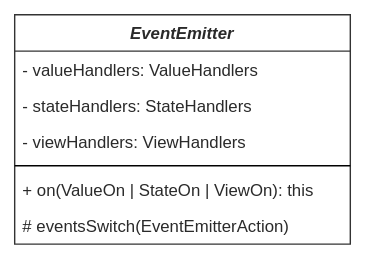
Before: class-diagram.drawio.svg, a diagram exported from draw.io (riskoviv/slider). Source tidied: cells renumbered, new cells last; positions are measured from the earlier drawing's top-left corner, leaving out a move shared by most shapes.
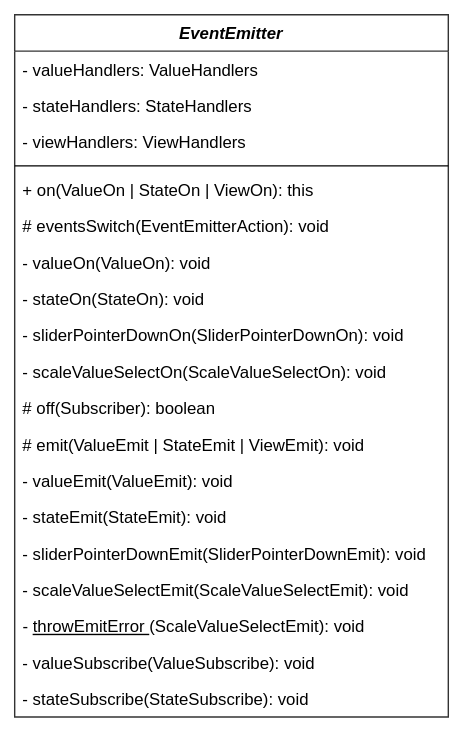
After the change.

Commit message:
diagram: finish EventEmitter

Change to the diagram source:
```diff
@@ -2,26 +2,65 @@
   <root>
     <mxCell id="0" />
     <mxCell id="1" parent="0" />
-    <mxCell id="2" value="EventEmitter" style="swimlane;fontStyle=3;align=center;verticalAlign=top;horizontal=1;startSize=26;rounded=0;shadow=0;sketch=0;fontColor=#2A2A2A;strokeColor=#333333;fillColor=#FFFFFF;" parent="1" vertex="1">
-      <mxGeometry width="240" height="164" as="geometry" />
+    <mxCell id="2" value="EventEmitter" style="swimlane;fontStyle=3;align=center;verticalAlign=top;horizontal=1;startSize=26;rounded=0;shadow=0;sketch=0;fontColor=#000000;strokeColor=#333333;fillColor=#FFFFFF;" parent="1" vertex="1">
+      <mxGeometry width="310" height="502" as="geometry" />
     </mxCell>
-    <mxCell id="3" value="- valueHandlers: ValueHandlers" style="text;strokeColor=none;fillColor=none;align=left;verticalAlign=top;spacingLeft=4;spacingRight=4;overflow=hidden;rounded=0;shadow=0;sketch=0;fontColor=#2A2A2A;" parent="2" vertex="1">
-      <mxGeometry y="26" width="240" height="26" as="geometry" />
+    <mxCell id="3" value="- valueHandlers: ValueHandlers" style="text;strokeColor=none;fillColor=none;align=left;verticalAlign=top;spacingLeft=4;spacingRight=4;overflow=hidden;rounded=0;shadow=0;sketch=0;fontColor=#000000;" parent="2" vertex="1">
+      <mxGeometry y="26" width="310" height="26" as="geometry" />
     </mxCell>
-    <mxCell id="4" value="- stateHandlers: StateHandlers" style="text;strokeColor=none;fillColor=none;align=left;verticalAlign=top;spacingLeft=4;spacingRight=4;overflow=hidden;rounded=0;shadow=0;sketch=0;fontColor=#2A2A2A;" parent="2" vertex="1">
-      <mxGeometry y="52" width="240" height="26" as="geometry" />
+    <mxCell id="4" value="- stateHandlers: StateHandlers" style="text;strokeColor=none;fillColor=none;align=left;verticalAlign=top;spacingLeft=4;spacingRight=4;overflow=hidden;rounded=0;shadow=0;sketch=0;fontColor=#000000;" parent="2" vertex="1">
+      <mxGeometry y="52" width="310" height="26" as="geometry" />
     </mxCell>
-    <mxCell id="5" value="- viewHandlers: ViewHandlers" style="text;strokeColor=none;fillColor=none;align=left;verticalAlign=top;spacingLeft=4;spacingRight=4;overflow=hidden;rounded=0;shadow=0;sketch=0;fontColor=#2A2A2A;" parent="2" vertex="1">
-      <mxGeometry y="78" width="240" height="26" as="geometry" />
+    <mxCell id="5" value="- viewHandlers: ViewHandlers" style="text;strokeColor=none;fillColor=none;align=left;verticalAlign=top;spacingLeft=4;spacingRight=4;overflow=hidden;rounded=0;shadow=0;sketch=0;fontColor=#000000;" parent="2" vertex="1">
+      <mxGeometry y="78" width="310" height="26" as="geometry" />
     </mxCell>
     <mxCell id="6" style="line;strokeWidth=1;fillColor=none;align=left;verticalAlign=middle;spacingTop=-1;spacingLeft=3;spacingRight=3;labelPosition=right;rounded=0;shadow=0;sketch=0;fontColor=#2A2A2A;strokeColor=#000000;" parent="2" vertex="1">
-      <mxGeometry y="104" width="240" height="8" as="geometry" />
+      <mxGeometry y="104" width="310" height="8" as="geometry" />
     </mxCell>
-    <mxCell id="7" value="+ on(ValueOn | StateOn | ViewOn): this" style="text;strokeColor=none;fillColor=none;align=left;verticalAlign=top;spacingLeft=4;spacingRight=4;overflow=hidden;rounded=0;shadow=0;sketch=0;fontColor=#2A2A2A;" parent="2" vertex="1">
-      <mxGeometry y="112" width="240" height="26" as="geometry" />
+    <mxCell id="7" value="+ on(ValueOn | StateOn | ViewOn): this" style="text;strokeColor=none;fillColor=none;align=left;verticalAlign=top;spacingLeft=4;spacingRight=4;overflow=hidden;rounded=0;shadow=0;sketch=0;fontColor=#000000;" parent="2" vertex="1">
+      <mxGeometry y="112" width="310" height="26" as="geometry" />
     </mxCell>
-    <mxCell id="8" value="# eventsSwitch(EventEmitterAction)" style="text;strokeColor=none;fillColor=none;align=left;verticalAlign=top;spacingLeft=4;spacingRight=4;overflow=hidden;rounded=0;shadow=0;sketch=0;fontColor=#2A2A2A;" parent="2" vertex="1">
-      <mxGeometry y="138" width="240" height="26" as="geometry" />
+    <mxCell id="8" value="# eventsSwitch(EventEmitterAction): void" style="text;strokeColor=none;fillColor=none;align=left;verticalAlign=top;spacingLeft=4;spacingRight=4;overflow=hidden;rounded=0;shadow=0;sketch=0;fontColor=#000000;" parent="2" vertex="1">
+      <mxGeometry y="138" width="310" height="26" as="geometry" />
     </mxCell>
+    <mxCell id="9" value="- valueOn(ValueOn): void" style="text;strokeColor=none;fillColor=none;align=left;verticalAlign=top;spacingLeft=4;spacingRight=4;overflow=hidden;rounded=0;shadow=0;sketch=0;fontColor=#000000;" parent="2" vertex="1">
+      <mxGeometry y="164" width="310" height="26" as="geometry" />
+    </mxCell>
+    <mxCell id="10" value="- stateOn(StateOn): void" style="text;strokeColor=none;fillColor=none;align=left;verticalAlign=top;spacingLeft=4;spacingRight=4;overflow=hidden;rounded=0;shadow=0;sketch=0;fontColor=#000000;" parent="2" vertex="1">
+      <mxGeometry y="190" width="310" height="26" as="geometry" />
+    </mxCell>
+    <mxCell id="11" value="- sliderPointerDownOn(SliderPointerDownOn): void" style="text;strokeColor=none;fillColor=none;align=left;verticalAlign=top;spacingLeft=4;spacingRight=4;overflow=hidden;rounded=0;shadow=0;sketch=0;fontColor=#000000;" parent="2" vertex="1">
+      <mxGeometry y="216" width="310" height="26" as="geometry" />
+    </mxCell>
+    <mxCell id="12" value="- scaleValueSelectOn(ScaleValueSelectOn): void" style="text;strokeColor=none;fillColor=none;align=left;verticalAlign=top;spacingLeft=4;spacingRight=4;overflow=hidden;rounded=0;shadow=0;sketch=0;fontColor=#000000;" parent="2" vertex="1">
+      <mxGeometry y="242" width="310" height="26" as="geometry" />
+    </mxCell>
+    <mxCell id="13" value="# off(Subscriber): boolean" style="text;strokeColor=none;fillColor=none;align=left;verticalAlign=top;spacingLeft=4;spacingRight=4;overflow=hidden;fontColor=#000000;" parent="2" vertex="1">
+      <mxGeometry y="268" width="310" height="26" as="geometry" />
+    </mxCell>
+    <mxCell id="14" value="# emit(ValueEmit | StateEmit | ViewEmit): void" style="text;strokeColor=none;fillColor=none;align=left;verticalAlign=top;spacingLeft=4;spacingRight=4;overflow=hidden;fontColor=#000000;" parent="2" vertex="1">
+      <mxGeometry y="294" width="310" height="26" as="geometry" />
+    </mxCell>
+    <mxCell id="15" value="- valueEmit(ValueEmit): void" style="text;strokeColor=none;fillColor=none;align=left;verticalAlign=top;spacingLeft=4;spacingRight=4;overflow=hidden;fontColor=#000000;" parent="2" vertex="1">
+      <mxGeometry y="320" width="310" height="26" as="geometry" />
+    </mxCell>
+    <mxCell id="16" value="- stateEmit(StateEmit): void" style="text;strokeColor=none;fillColor=none;align=left;verticalAlign=top;spacingLeft=4;spacingRight=4;overflow=hidden;fontColor=#000000;" parent="2" vertex="1">
+      <mxGeometry y="346" width="310" height="26" as="geometry" />
+    </mxCell>
+    <mxCell id="17" value="- sliderPointerDownEmit(SliderPointerDownEmit): void" style="text;strokeColor=none;fillColor=none;align=left;verticalAlign=top;spacingLeft=4;spacingRight=4;overflow=hidden;fontColor=#000000;" parent="2" vertex="1">
+      <mxGeometry y="372" width="310" height="26" as="geometry" />
+    </mxCell>
+    <mxCell id="18" value="- scaleValueSelectEmit(ScaleValueSelectEmit): void" style="text;strokeColor=none;fillColor=none;align=left;verticalAlign=top;spacingLeft=4;spacingRight=4;overflow=hidden;fontColor=#000000;" parent="2" vertex="1">
+      <mxGeometry y="398" width="310" height="26" as="geometry" />
+    </mxCell>
+    <mxCell id="19" value="-&amp;nbsp;&lt;u&gt;throwEmitError&lt;/u&gt;(ScaleValueSelectEmit): void" style="text;strokeColor=none;fillColor=none;align=left;verticalAlign=top;spacingLeft=4;spacingRight=4;overflow=hidden;fontColor=#000000;html=1;" parent="2" vertex="1">
+      <mxGeometry y="424" width="310" height="26" as="geometry" />
+    </mxCell>
+    <mxCell id="20" value="- valueSubscribe(ValueSubscribe): void" style="text;strokeColor=none;fillColor=none;align=left;verticalAlign=top;spacingLeft=4;spacingRight=4;overflow=hidden;fontColor=#000000;" parent="2" vertex="1">
+      <mxGeometry y="450" width="310" height="26" as="geometry" />
+    </mxCell>
+    <mxCell id="21" value="- stateSubscribe(StateSubscribe): void" style="text;strokeColor=none;fillColor=none;align=left;verticalAlign=top;spacingLeft=4;spacingRight=4;overflow=hidden;fontColor=#000000;" parent="2" vertex="1">
+      <mxGeometry y="476" width="310" height="26" as="geometry" />
+    </mxCell>
   </root>
 </mxGraphModel>
```
